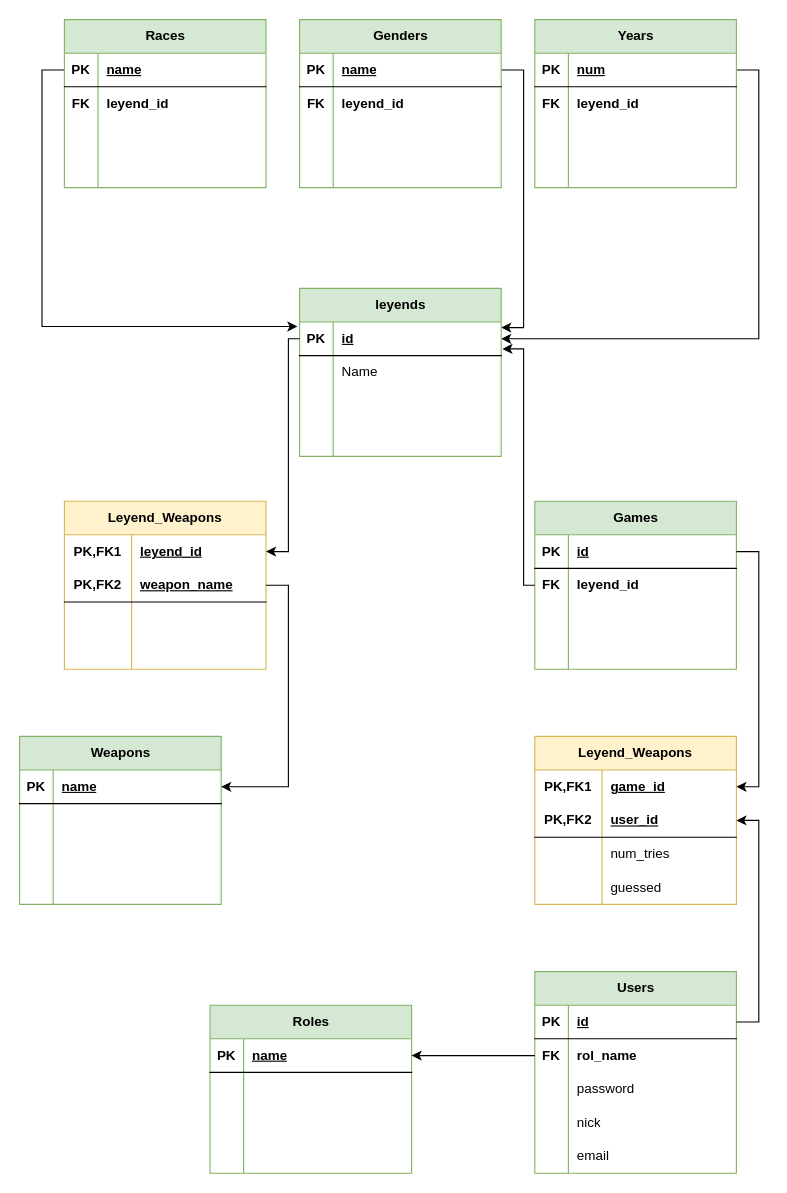
Earlier version of the draw.io diagram SQL/Diagram/Relational-Model.drawio (Angel-L-G/Brawdle). Source tidied: cells renumbered, new cells numbered last; positions are measured from the earlier drawing's top-left corner, leaving out a move shared by most shapes. Both pictures are drawn from the tidied source at 112%, with x=0, y=0 at pixel (19, 19).
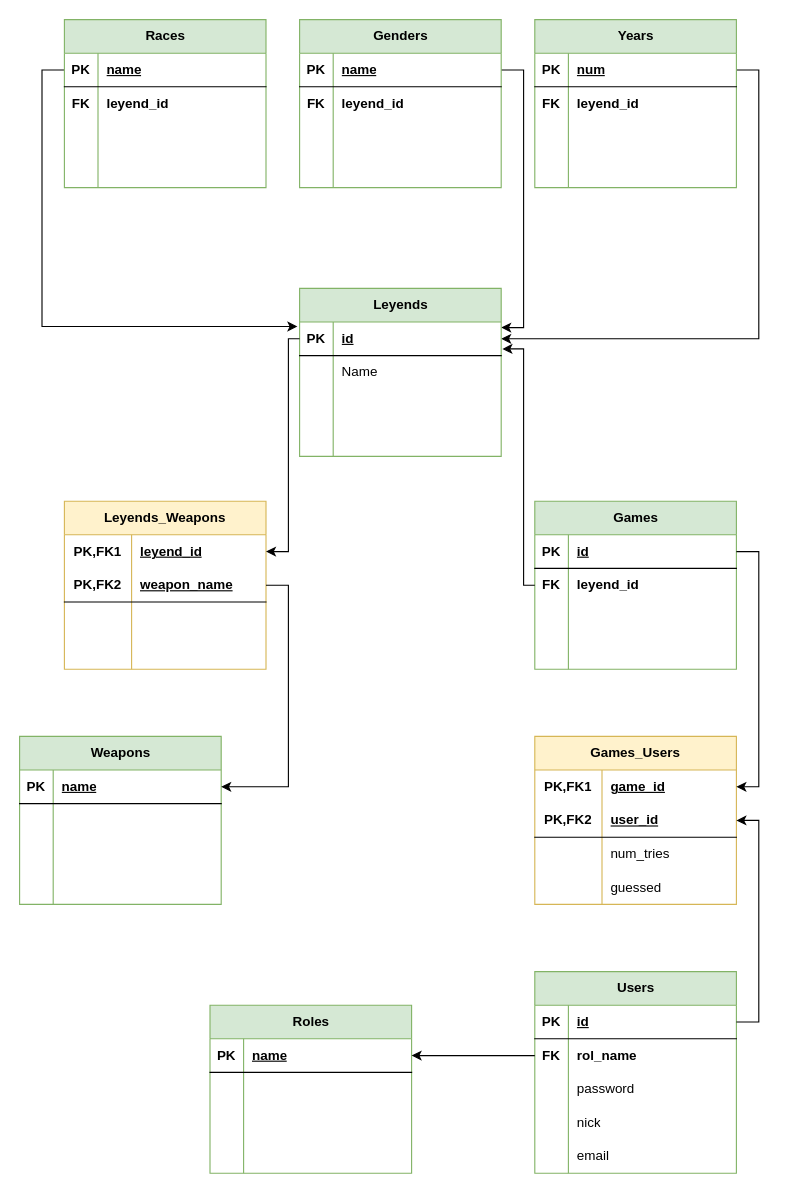
The same diagram, later.

Commit message:
fix: changed quick fix to table names Relational-Model.drawio

Change to the diagram source:
```diff
@@
-    <mxCell id="16" value="Leyend_Weapons" style="shape=table;startSize=30;childLayout=tableLayout;rowLines=0;fontStyle=1;align=center;html=1;whiteSpace=wrap;fillColor=#fff2cc;strokeColor=#d6b656;" parent="1" vertex="1">
+    <mxCell id="16" value="Leyends_Weapons" style="shape=table;startSize=30;childLayout=tableLayout;rowLines=0;fontStyle=1;align=center;html=1;whiteSpace=wrap;fillColor=#fff2cc;strokeColor=#d6b656;" parent="1" vertex="1">
       <mxGeometry x="40" y="430" width="180" height="150" as="geometry" />
     </mxCell>
@@
-    <mxCell id="57" value="leyends" style="shape=table;startSize=30;childLayout=tableLayout;rowLines=0;fontStyle=1;align=center;html=1;fillColor=#d5e8d4;strokeColor=#82b366;" parent="1" vertex="1">
+    <mxCell id="57" value="Leyends" style="shape=table;startSize=30;childLayout=tableLayout;rowLines=0;fontStyle=1;align=center;html=1;fillColor=#d5e8d4;strokeColor=#82b366;" parent="1" vertex="1">
       <mxGeometry x="250" y="240" width="180" height="150" as="geometry" />
     </mxCell>
@@
-    <mxCell id="99" value="Leyend_Weapons" style="shape=table;startSize=30;childLayout=tableLayout;rowLines=0;fontStyle=1;align=center;html=1;whiteSpace=wrap;fillColor=#fff2cc;strokeColor=#d6b656;" parent="1" vertex="1">
+    <mxCell id="99" value="Games_Users" style="shape=table;startSize=30;childLayout=tableLayout;rowLines=0;fontStyle=1;align=center;html=1;whiteSpace=wrap;fillColor=#fff2cc;strokeColor=#d6b656;" parent="1" vertex="1">
       <mxGeometry x="460" y="640" width="180" height="150" as="geometry" />
     </mxCell>
```
